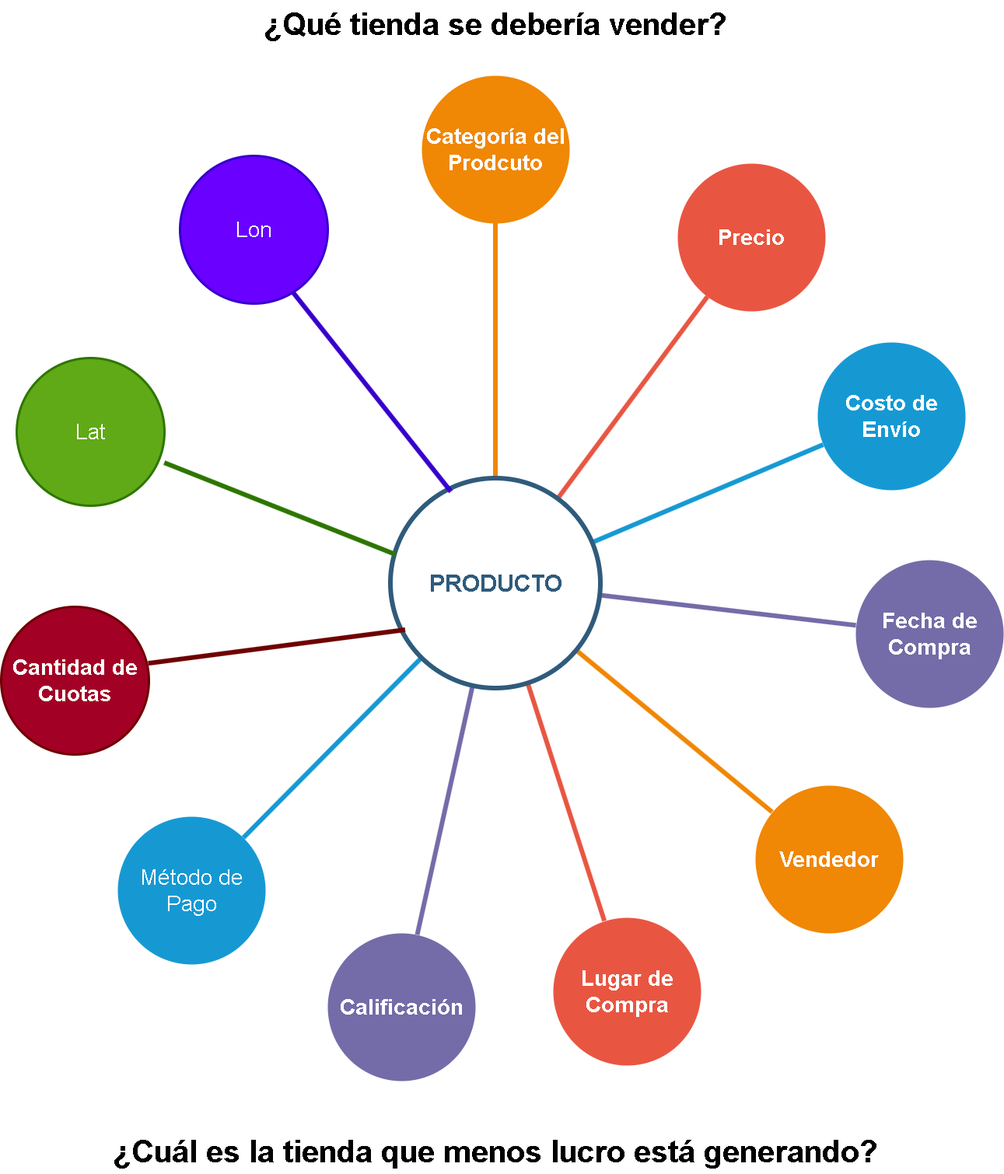
This is AluraStore.png from Progrezando/Challege_Alura_Store, a draw.io export, as it was before one commit. Source tidied: cells renumbered, new cells last; positions are measured from the earlier drawing's top-left corner, leaving out a move shared by most shapes.
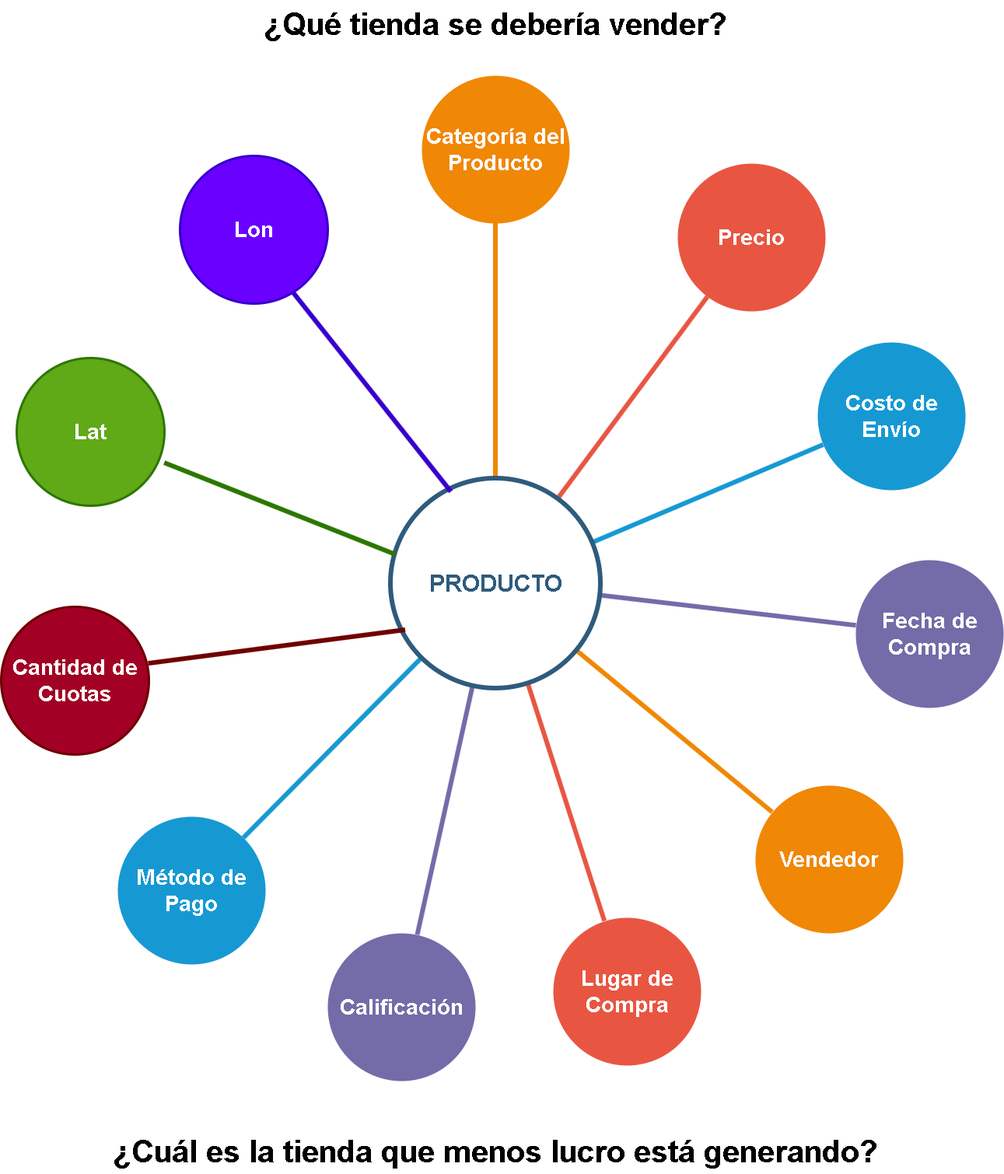
Later version of the same file.

Commit message:
Se corrigen errores de escritura

The edit, as a diff of the source:
```diff
@@ -2,10 +2,10 @@
   <root>
     <mxCell id="0" />
     <mxCell id="1" parent="0" />
-    <mxCell id="2" value="&lt;font style=&quot;font-size: 28px;&quot;&gt;Método de Pago&lt;/font&gt;" style="ellipse;whiteSpace=wrap;html=1;shadow=0;fontFamily=Helvetica;fontSize=20;fontColor=#FFFFFF;align=center;strokeWidth=3;fillColor=#1699D3;strokeColor=none;" parent="1" vertex="1">
+    <mxCell id="2" value="&lt;font style=&quot;font-size: 28px;&quot;&gt;Método de Pago&lt;/font&gt;" style="ellipse;whiteSpace=wrap;html=1;shadow=0;fontFamily=Helvetica;fontSize=20;fontColor=#FFFFFF;align=center;strokeWidth=3;fillColor=#1699D3;strokeColor=none;fontStyle=1;" parent="1" vertex="1">
       <mxGeometry x="150" y="1050" width="190" height="190" as="geometry" />
     </mxCell>
-    <mxCell id="3" value="&lt;font style=&quot;font-size: 28px;&quot;&gt;Categoría del Prodcuto&lt;/font&gt;" style="ellipse;whiteSpace=wrap;html=1;shadow=0;fontFamily=Helvetica;fontSize=20;fontColor=#FFFFFF;align=center;strokeWidth=3;fillColor=#F08705;strokeColor=none;gradientColor=none;fontStyle=1;" parent="1" vertex="1">
+    <mxCell id="3" value="&lt;font style=&quot;font-size: 28px;&quot;&gt;Categoría del Producto&lt;/font&gt;" style="ellipse;whiteSpace=wrap;html=1;shadow=0;fontFamily=Helvetica;fontSize=20;fontColor=#FFFFFF;align=center;strokeWidth=3;fillColor=#F08705;strokeColor=none;gradientColor=none;fontStyle=1;" parent="1" vertex="1">
       <mxGeometry x="541" y="97" width="190" height="190" as="geometry" />
     </mxCell>
     <mxCell id="4" value="&lt;font style=&quot;font-size: 28px;&quot;&gt;Precio&lt;/font&gt;" style="ellipse;whiteSpace=wrap;html=1;shadow=0;fontFamily=Helvetica;fontSize=20;fontColor=#FFFFFF;align=center;strokeWidth=3;fillColor=#E85642;strokeColor=none;fontStyle=1;" parent="1" vertex="1">
@@ -20,7 +20,7 @@
     <mxCell id="7" value="&lt;font style=&quot;font-size: 28px;&quot;&gt;Vendedor&lt;/font&gt;" style="ellipse;whiteSpace=wrap;html=1;shadow=0;fontFamily=Helvetica;fontSize=20;fontColor=#FFFFFF;align=center;strokeWidth=3;fillColor=#F08705;strokeColor=none;fontStyle=1;" parent="1" vertex="1">
       <mxGeometry x="970" y="1010" width="190" height="190" as="geometry" />
     </mxCell>
-    <mxCell id="8" value="&lt;font style=&quot;font-size: 28px;&quot;&gt;&lt;b&gt;Lugar de Compra&lt;/b&gt;&lt;/font&gt;" style="ellipse;whiteSpace=wrap;html=1;shadow=0;fontFamily=Helvetica;fontSize=20;fontColor=#FFFFFF;align=center;strokeWidth=3;fillColor=#E85642;strokeColor=none;" parent="1" vertex="1">
+    <mxCell id="8" value="&lt;font style=&quot;font-size: 28px;&quot;&gt;&lt;span&gt;Lugar de Compra&lt;/span&gt;&lt;/font&gt;" style="ellipse;whiteSpace=wrap;html=1;shadow=0;fontFamily=Helvetica;fontSize=20;fontColor=#FFFFFF;align=center;strokeWidth=3;fillColor=#E85642;strokeColor=none;fontStyle=1;" parent="1" vertex="1">
       <mxGeometry x="710" y="1180" width="190" height="190" as="geometry" />
     </mxCell>
     <mxCell id="9" style="endArrow=none;strokeWidth=6;strokeColor=#1699D3;html=1;" parent="1" edge="1" source="17" target="2">
@@ -50,7 +50,7 @@
     <mxCell id="17" value="PRODUCTO" style="ellipse;whiteSpace=wrap;html=1;shadow=0;fontFamily=Helvetica;fontSize=30;fontColor=#2F5B7C;align=center;strokeColor=#2F5B7C;strokeWidth=6;fillColor=#FFFFFF;fontStyle=1;gradientColor=none;" parent="1" vertex="1">
       <mxGeometry x="501" y="615" width="270" height="270" as="geometry" />
     </mxCell>
-    <mxCell id="18" value="&lt;font style=&quot;font-size: 28px;&quot;&gt;&lt;b&gt;Calificación&lt;/b&gt;&lt;/font&gt;" style="ellipse;whiteSpace=wrap;html=1;shadow=0;fontFamily=Helvetica;fontSize=20;fontColor=#FFFFFF;align=center;strokeWidth=3;fillColor=#736ca8;strokeColor=none;" parent="1" vertex="1">
+    <mxCell id="18" value="&lt;font style=&quot;font-size: 28px;&quot;&gt;&lt;span&gt;Calificación&lt;/span&gt;&lt;/font&gt;" style="ellipse;whiteSpace=wrap;html=1;shadow=0;fontFamily=Helvetica;fontSize=20;fontColor=#FFFFFF;align=center;strokeWidth=3;fillColor=#736ca8;strokeColor=none;fontStyle=1;" parent="1" vertex="1">
       <mxGeometry x="420" y="1200" width="190" height="190" as="geometry" />
     </mxCell>
     <mxCell id="19" style="endArrow=none;strokeWidth=6;strokeColor=#6F0000;html=1;fillColor=#a20025;entryX=0.998;entryY=0.385;entryDx=0;entryDy=0;entryPerimeter=0;" parent="1" edge="1" target="20">
@@ -61,7 +61,7 @@
     <mxCell id="20" value="&lt;font style=&quot;font-size: 28px;&quot;&gt;Cantidad de Cuotas&lt;/font&gt;" style="ellipse;whiteSpace=wrap;html=1;shadow=0;fontFamily=Helvetica;fontSize=20;fontColor=#ffffff;align=center;strokeWidth=3;fillColor=#a20025;strokeColor=#6F0000;fontStyle=1;" parent="1" vertex="1">
       <mxGeometry y="780" width="190" height="190" as="geometry" />
     </mxCell>
-    <mxCell id="21" value="&lt;font style=&quot;font-size: 28px;&quot;&gt;Lat&lt;/font&gt;" style="ellipse;whiteSpace=wrap;html=1;shadow=0;fontFamily=Helvetica;fontSize=20;fontColor=#ffffff;align=center;strokeWidth=3;fillColor=#60a917;strokeColor=#2D7600;" parent="1" vertex="1">
+    <mxCell id="21" value="&lt;font style=&quot;font-size: 28px;&quot;&gt;Lat&lt;/font&gt;" style="ellipse;whiteSpace=wrap;html=1;shadow=0;fontFamily=Helvetica;fontSize=20;fontColor=#ffffff;align=center;strokeWidth=3;fillColor=#60a917;strokeColor=#2D7600;fontStyle=1;" parent="1" vertex="1">
       <mxGeometry x="20" y="460" width="190" height="190" as="geometry" />
     </mxCell>
     <mxCell id="22" style="endArrow=none;strokeWidth=6;strokeColor=#2D7600;html=1;exitX=0.023;exitY=0.363;exitDx=0;exitDy=0;fillColor=#60a917;entryX=1.001;entryY=0.711;entryDx=0;entryDy=0;exitPerimeter=0;entryPerimeter=0;" parent="1" edge="1" source="17" target="21">
@@ -70,7 +70,7 @@
     <mxCell id="23" style="endArrow=none;strokeWidth=6;strokeColor=#3700CC;html=1;exitX=0.288;exitY=0.064;exitDx=0;exitDy=0;fillColor=#6a00ff;entryX=0.755;entryY=0.911;entryDx=0;entryDy=0;exitPerimeter=0;entryPerimeter=0;" parent="1" edge="1" source="17" target="24">
       <mxGeometry relative="1" as="geometry" />
     </mxCell>
-    <mxCell id="24" value="&lt;font style=&quot;font-size: 28px;&quot;&gt;Lon&lt;/font&gt;" style="ellipse;whiteSpace=wrap;html=1;shadow=0;fontFamily=Helvetica;fontSize=20;fontColor=#ffffff;align=center;strokeWidth=3;fillColor=#6a00ff;strokeColor=#3700CC;" parent="1" vertex="1">
+    <mxCell id="24" value="&lt;font style=&quot;font-size: 28px;&quot;&gt;Lon&lt;/font&gt;" style="ellipse;whiteSpace=wrap;html=1;shadow=0;fontFamily=Helvetica;fontSize=20;fontColor=#ffffff;align=center;strokeWidth=3;fillColor=#6a00ff;strokeColor=#3700CC;fontStyle=1;" parent="1" vertex="1">
       <mxGeometry x="230" y="200" width="190" height="190" as="geometry" />
     </mxCell>
     <mxCell id="25" value="&lt;span style=&quot;font-size: 40px; font-weight: 700;&quot;&gt;¿Qué tienda se debería vender?&lt;/span&gt;" style="rounded=0;whiteSpace=wrap;html=1;strokeColor=none;" parent="1" vertex="1">
```
